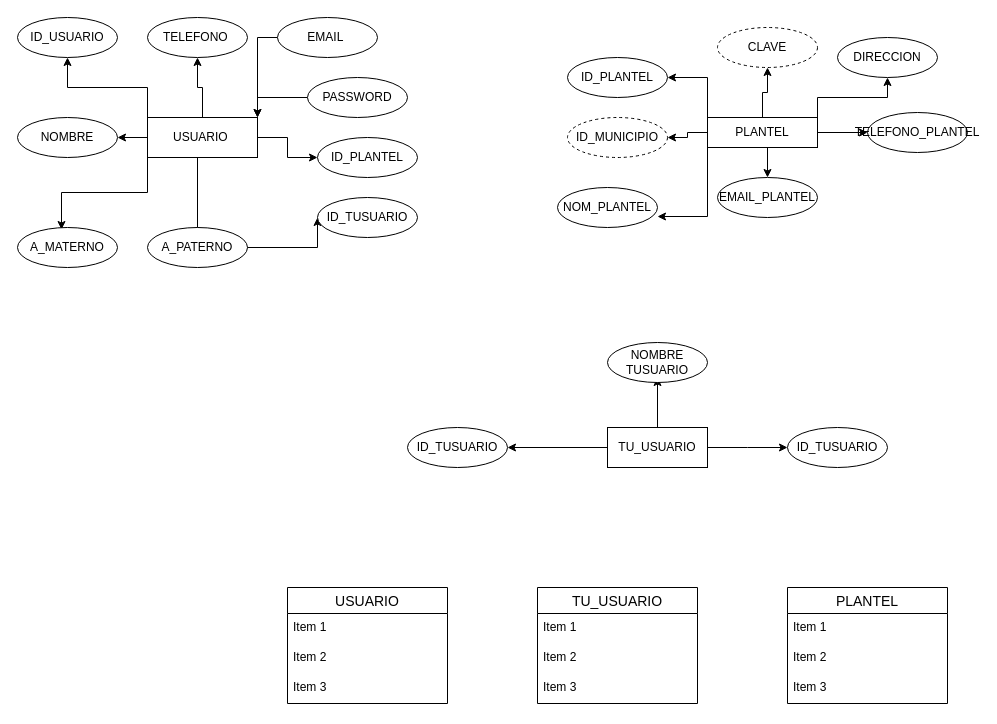
This is Diagrama sin título.drawio from pedroromeroDG/construction_BD, a draw.io file, before an edit. Source tidied: cells renumbered, new cells numbered last; positions are measured from the earlier drawing's top-left corner, leaving out a move shared by most shapes. Both pictures are drawn from the tidied source at 100%, with x=0, y=0 at pixel (17, 17).
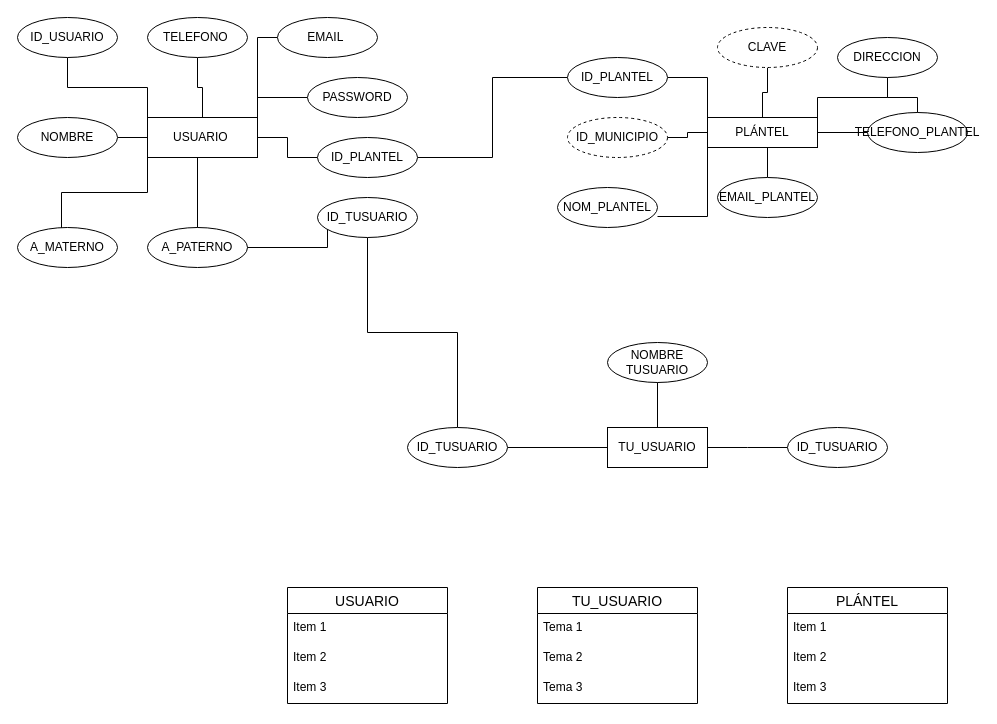
The same diagram, later.

The change refers to these unchanged cells:
```xml
<mxCell id="8" value="USUARIO&amp;nbsp;" style="whiteSpace=wrap;html=1;align=center;" parent="1" vertex="1">
  <mxGeometry x="130" y="100" width="110" height="40" as="geometry" />
</mxCell>
<mxCell id="10" value="PASSWORD" style="ellipse;whiteSpace=wrap;html=1;align=center;" parent="1" vertex="1">
  <mxGeometry x="290" y="60" width="100" height="40" as="geometry" />
</mxCell>
<mxCell id="11" value="A_MATERNO" style="ellipse;whiteSpace=wrap;html=1;align=center;" parent="1" vertex="1">
  <mxGeometry y="210" width="100" height="40" as="geometry" />
</mxCell>
<mxCell id="12" value="ID_PLANTEL" style="ellipse;whiteSpace=wrap;html=1;align=center;" parent="1" vertex="1">
  <mxGeometry x="300" y="120" width="100" height="40" as="geometry" />
</mxCell>
<mxCell id="13" value="ID_USUARIO" style="ellipse;whiteSpace=wrap;html=1;align=center;" parent="1" vertex="1">
  <mxGeometry width="100" height="40" as="geometry" />
</mxCell>
<mxCell id="14" value="TELEFONO&amp;nbsp;" style="ellipse;whiteSpace=wrap;html=1;align=center;" parent="1" vertex="1">
  <mxGeometry x="130" width="100" height="40" as="geometry" />
</mxCell>
<mxCell id="16" value="ID_TUSUARIO" style="ellipse;whiteSpace=wrap;html=1;align=center;" parent="1" vertex="1">
  <mxGeometry x="300" y="180" width="100" height="40" as="geometry" />
</mxCell>
<mxCell id="18" value="EMAIL&amp;nbsp;" style="ellipse;whiteSpace=wrap;html=1;align=center;" parent="1" vertex="1">
  <mxGeometry x="260" width="100" height="40" as="geometry" />
</mxCell>
<mxCell id="19" value="NOMBRE" style="ellipse;whiteSpace=wrap;html=1;align=center;" parent="1" vertex="1">
  <mxGeometry y="100" width="100" height="40" as="geometry" />
</mxCell>
<mxCell id="28" value="EMAIL_PLANTEL" style="ellipse;whiteSpace=wrap;html=1;align=center;" parent="1" vertex="1">
  <mxGeometry x="700" y="160" width="100" height="40" as="geometry" />
</mxCell>
<mxCell id="29" value="NOM_PLANTEL" style="ellipse;whiteSpace=wrap;html=1;align=center;" parent="1" vertex="1">
  <mxGeometry x="540" y="170" width="100" height="40" as="geometry" />
</mxCell>
<mxCell id="30" value="ID_PLANTEL" style="ellipse;whiteSpace=wrap;html=1;align=center;" parent="1" vertex="1">
  <mxGeometry x="550" y="40" width="100" height="40" as="geometry" />
</mxCell>
<mxCell id="31" value="ID_MUNICIPIO" style="ellipse;whiteSpace=wrap;html=1;align=center;dashed=1;" parent="1" vertex="1">
  <mxGeometry x="550" y="100" width="100" height="40" as="geometry" />
</mxCell>
<mxCell id="32" value="TELEFONO_PLANTEL" style="ellipse;whiteSpace=wrap;html=1;align=center;" parent="1" vertex="1">
  <mxGeometry x="850" y="95" width="100" height="40" as="geometry" />
</mxCell>
<mxCell id="33" value="DIRECCION" style="ellipse;whiteSpace=wrap;html=1;align=center;" parent="1" vertex="1">
  <mxGeometry x="820" y="20" width="100" height="40" as="geometry" />
</mxCell>
<mxCell id="34" value="CLAVE" style="ellipse;whiteSpace=wrap;html=1;align=center;dashed=1;" parent="1" vertex="1">
  <mxGeometry x="700" y="10" width="100" height="40" as="geometry" />
</mxCell>
<mxCell id="38" value="TU_USUARIO" style="whiteSpace=wrap;html=1;align=center;" parent="1" vertex="1">
  <mxGeometry x="590" y="410" width="100" height="40" as="geometry" />
</mxCell>
<mxCell id="41" value="ID_TUSUARIO" style="ellipse;whiteSpace=wrap;html=1;align=center;" parent="1" vertex="1">
  <mxGeometry x="390" y="410" width="100" height="40" as="geometry" />
</mxCell>
<mxCell id="46" value="TU_USUARIO" style="swimlane;fontStyle=0;horizontal=1;startSize=26;align=center;fontSize=14;" parent="1" vertex="1">
  <mxGeometry x="520" y="570" width="160" height="116" as="geometry" />
</mxCell>
```

The edit, as a diff of the source:
```diff
@@
-    <mxCell id="2" style="edgeStyle=orthogonalEdgeStyle;rounded=0;jettySize=auto;html=1;exitX=0.5;exitY=1;exitDx=0;exitDy=0;entryX=0;entryY=0.5;entryDx=0;entryDy=0;" parent="1" edge="1" source="8" target="16">
+    <mxCell id="2" style="edgeStyle=orthogonalEdgeStyle;rounded=0;jettySize=auto;html=1;exitX=0.5;exitY=1;exitDx=0;exitDy=0;entryX=0;entryY=0.5;entryDx=0;entryDy=0;endArrow=none;endFill=0;" parent="1" edge="1" source="8" target="16">
       <mxGeometry relative="1" as="geometry">
         <Array as="points">
           <mxPoint x="180" y="140" />
           <mxPoint x="180" y="230" />
-          <mxPoint x="300" y="230" />
+          <mxPoint x="310" y="230" />
+          <mxPoint x="310" y="200" />
         </Array>
       </mxGeometry>
     </mxCell>
-    <mxCell id="3" style="edgeStyle=orthogonalEdgeStyle;rounded=0;jettySize=auto;html=1;exitX=0;exitY=1;exitDx=0;exitDy=0;entryX=0.44;entryY=0.05;entryDx=0;entryDy=0;entryPerimeter=0;" parent="1" edge="1" source="8" target="11">
+    <mxCell id="3" style="edgeStyle=orthogonalEdgeStyle;rounded=0;jettySize=auto;html=1;exitX=0;exitY=1;exitDx=0;exitDy=0;entryX=0.44;entryY=0.05;entryDx=0;entryDy=0;entryPerimeter=0;endArrow=none;endFill=0;" parent="1" edge="1" source="8" target="11">
       <mxGeometry relative="1" as="geometry" />
     </mxCell>
-    <mxCell id="4" style="edgeStyle=orthogonalEdgeStyle;rounded=0;jettySize=auto;html=1;entryX=1;entryY=0.5;entryDx=0;entryDy=0;" parent="1" edge="1" source="8" target="19">
+    <mxCell id="4" style="edgeStyle=orthogonalEdgeStyle;rounded=0;jettySize=auto;html=1;entryX=1;entryY=0.5;entryDx=0;entryDy=0;endArrow=none;endFill=0;" parent="1" edge="1" source="8" target="19">
       <mxGeometry relative="1" as="geometry" />
     </mxCell>
-    <mxCell id="5" style="edgeStyle=orthogonalEdgeStyle;rounded=0;jettySize=auto;html=1;exitX=0.5;exitY=0;exitDx=0;exitDy=0;entryX=0.5;entryY=1;entryDx=0;entryDy=0;" parent="1" edge="1" source="8" target="14">
+    <mxCell id="5" style="edgeStyle=orthogonalEdgeStyle;rounded=0;jettySize=auto;html=1;exitX=0.5;exitY=0;exitDx=0;exitDy=0;entryX=0.5;entryY=1;entryDx=0;entryDy=0;endArrow=none;endFill=0;" parent="1" edge="1" source="8" target="14">
       <mxGeometry relative="1" as="geometry" />
     </mxCell>
-    <mxCell id="6" style="edgeStyle=orthogonalEdgeStyle;rounded=0;jettySize=auto;html=1;exitX=0;exitY=0;exitDx=0;exitDy=0;entryX=0.5;entryY=1;entryDx=0;entryDy=0;" parent="1" edge="1" source="8" target="13">
+    <mxCell id="6" style="edgeStyle=orthogonalEdgeStyle;rounded=0;jettySize=auto;html=1;exitX=0;exitY=0;exitDx=0;exitDy=0;entryX=0.5;entryY=1;entryDx=0;entryDy=0;endArrow=none;endFill=0;" parent="1" edge="1" source="8" target="13">
       <mxGeometry relative="1" as="geometry" />
     </mxCell>
-    <mxCell id="7" style="edgeStyle=orthogonalEdgeStyle;rounded=0;jettySize=auto;html=1;" parent="1" edge="1" source="8" target="12">
+    <mxCell id="7" style="edgeStyle=orthogonalEdgeStyle;rounded=0;jettySize=auto;html=1;endArrow=none;endFill=0;" parent="1" edge="1" source="8" target="12">
       <mxGeometry relative="1" as="geometry" />
     </mxCell>
@@
-    <mxCell id="9" style="edgeStyle=orthogonalEdgeStyle;rounded=0;jettySize=auto;html=1;exitX=0;exitY=0.5;exitDx=0;exitDy=0;entryX=1;entryY=0;entryDx=0;entryDy=0;" parent="1" edge="1" source="10" target="8">
+    <mxCell id="9" style="edgeStyle=orthogonalEdgeStyle;rounded=0;jettySize=auto;html=1;exitX=0;exitY=0.5;exitDx=0;exitDy=0;entryX=1;entryY=0;entryDx=0;entryDy=0;endArrow=none;endFill=0;" parent="1" edge="1" source="10" target="8">
       <mxGeometry relative="1" as="geometry" />
     </mxCell>
@@
+    <mxCell id="54" style="edgeStyle=orthogonalEdgeStyle;rounded=0;jettySize=auto;html=1;exitX=1;exitY=0.5;exitDx=0;exitDy=0;entryX=0;entryY=0.5;entryDx=0;entryDy=0;endArrow=none;endFill=0;" parent="1" edge="1" source="12" target="30">
+      <mxGeometry relative="1" as="geometry" />
+    </mxCell>
@@
+    <mxCell id="55" style="edgeStyle=orthogonalEdgeStyle;rounded=0;jettySize=auto;html=1;entryX=0.5;entryY=0;entryDx=0;entryDy=0;endArrow=none;endFill=0;" parent="1" edge="1" source="16" target="41">
+      <mxGeometry relative="1" as="geometry" />
+    </mxCell>
@@
-    <mxCell id="17" style="edgeStyle=orthogonalEdgeStyle;rounded=0;jettySize=auto;html=1;exitX=0;exitY=0.5;exitDx=0;exitDy=0;entryX=1;entryY=0;entryDx=0;entryDy=0;" parent="1" edge="1" source="18" target="8">
+    <mxCell id="17" style="edgeStyle=orthogonalEdgeStyle;rounded=0;jettySize=auto;html=1;exitX=0;exitY=0.5;exitDx=0;exitDy=0;entryX=1;entryY=0;entryDx=0;entryDy=0;endArrow=none;endFill=0;" parent="1" edge="1" source="18" target="8">
       <mxGeometry relative="1" as="geometry" />
     </mxCell>
@@
-    <mxCell id="20" style="edgeStyle=orthogonalEdgeStyle;rounded=0;jettySize=auto;html=1;exitX=0;exitY=0;exitDx=0;exitDy=0;entryX=1;entryY=0.5;entryDx=0;entryDy=0;" parent="1" edge="1" source="27" target="30">
+    <mxCell id="20" style="edgeStyle=orthogonalEdgeStyle;rounded=0;jettySize=auto;html=1;exitX=0;exitY=0;exitDx=0;exitDy=0;entryX=1;entryY=0.5;entryDx=0;entryDy=0;endArrow=none;endFill=0;" parent="1" edge="1" source="27" target="30">
       <mxGeometry relative="1" as="geometry" />
     </mxCell>
-    <mxCell id="21" style="edgeStyle=orthogonalEdgeStyle;rounded=0;jettySize=auto;html=1;exitX=0;exitY=0.5;exitDx=0;exitDy=0;entryX=1;entryY=0.5;entryDx=0;entryDy=0;" parent="1" edge="1" source="27" target="31">
+    <mxCell id="21" style="edgeStyle=orthogonalEdgeStyle;rounded=0;jettySize=auto;html=1;exitX=0;exitY=0.5;exitDx=0;exitDy=0;entryX=1;entryY=0.5;entryDx=0;entryDy=0;endArrow=none;endFill=0;" parent="1" edge="1" source="27" target="31">
       <mxGeometry relative="1" as="geometry" />
     </mxCell>
-    <mxCell id="22" style="edgeStyle=orthogonalEdgeStyle;rounded=0;jettySize=auto;html=1;exitX=0;exitY=1;exitDx=0;exitDy=0;entryX=1;entryY=0.725;entryDx=0;entryDy=0;entryPerimeter=0;" parent="1" edge="1" source="27" target="29">
+    <mxCell id="22" style="edgeStyle=orthogonalEdgeStyle;rounded=0;jettySize=auto;html=1;exitX=0;exitY=1;exitDx=0;exitDy=0;entryX=1;entryY=0.725;entryDx=0;entryDy=0;entryPerimeter=0;endArrow=none;endFill=0;" parent="1" edge="1" source="27" target="29">
       <mxGeometry relative="1" as="geometry" />
     </mxCell>
-    <mxCell id="23" style="edgeStyle=orthogonalEdgeStyle;rounded=0;jettySize=auto;html=1;exitX=0.5;exitY=1;exitDx=0;exitDy=0;entryX=0.5;entryY=0;entryDx=0;entryDy=0;" parent="1" edge="1" source="27" target="28">
+    <mxCell id="23" style="edgeStyle=orthogonalEdgeStyle;rounded=0;jettySize=auto;html=1;exitX=0.5;exitY=1;exitDx=0;exitDy=0;entryX=0.5;entryY=0;entryDx=0;entryDy=0;endArrow=none;endFill=0;" parent="1" edge="1" source="27" target="28">
       <mxGeometry relative="1" as="geometry" />
     </mxCell>
-    <mxCell id="24" style="edgeStyle=orthogonalEdgeStyle;rounded=0;jettySize=auto;html=1;exitX=1;exitY=0.5;exitDx=0;exitDy=0;" parent="1" edge="1" source="27" target="32">
+    <mxCell id="24" style="edgeStyle=orthogonalEdgeStyle;rounded=0;jettySize=auto;html=1;exitX=1;exitY=0.5;exitDx=0;exitDy=0;endArrow=none;endFill=0;" parent="1" edge="1" source="27" target="32">
       <mxGeometry relative="1" as="geometry" />
     </mxCell>
-    <mxCell id="25" style="edgeStyle=orthogonalEdgeStyle;rounded=0;jettySize=auto;html=1;exitX=1;exitY=0.25;exitDx=0;exitDy=0;" parent="1" edge="1" source="27" target="33">
+    <mxCell id="25" style="edgeStyle=orthogonalEdgeStyle;rounded=0;jettySize=auto;html=1;exitX=1;exitY=0.25;exitDx=0;exitDy=0;endArrow=none;endFill=0;" parent="1" edge="1" source="27" target="33">
       <mxGeometry relative="1" as="geometry">
         <Array as="points">
           <mxPoint x="800" y="80" />
           <mxPoint x="870" y="80" />
         </Array>
       </mxGeometry>
     </mxCell>
-    <mxCell id="26" style="edgeStyle=orthogonalEdgeStyle;rounded=0;jettySize=auto;html=1;exitX=0.5;exitY=0;exitDx=0;exitDy=0;entryX=0.5;entryY=1;entryDx=0;entryDy=0;" parent="1" edge="1" source="27" target="34">
+    <mxCell id="26" style="edgeStyle=orthogonalEdgeStyle;rounded=0;jettySize=auto;html=1;exitX=0.5;exitY=0;exitDx=0;exitDy=0;entryX=0.5;entryY=1;entryDx=0;entryDy=0;endArrow=none;endFill=0;" parent="1" edge="1" source="27" target="34">
       <mxGeometry relative="1" as="geometry" />
     </mxCell>
-    <mxCell id="27" value="PLANTEL" style="whiteSpace=wrap;html=1;align=center;" parent="1" vertex="1">
+    <mxCell id="27" value="PLÁNTEL" style="whiteSpace=wrap;html=1;align=center;" parent="1" vertex="1">
       <mxGeometry x="690" y="100" width="110" height="30" as="geometry" />
     </mxCell>
@@
+    <mxCell id="56" style="edgeStyle=orthogonalEdgeStyle;rounded=0;jettySize=auto;html=1;endArrow=none;endFill=0;" parent="1" edge="1" source="33" target="32">
+      <mxGeometry relative="1" as="geometry" />
+    </mxCell>
@@
-    <mxCell id="35" style="edgeStyle=orthogonalEdgeStyle;rounded=0;jettySize=auto;html=1;exitX=0.5;exitY=0;exitDx=0;exitDy=0;" parent="1" edge="1" source="38">
+    <mxCell id="35" style="edgeStyle=orthogonalEdgeStyle;rounded=0;jettySize=auto;html=1;exitX=0.5;exitY=0;exitDx=0;exitDy=0;endArrow=none;endFill=0;" parent="1" edge="1" source="38">
       <mxGeometry relative="1" as="geometry">
         <mxPoint x="640" y="360" as="targetPoint" />
       </mxGeometry>
     </mxCell>
-    <mxCell id="36" style="edgeStyle=orthogonalEdgeStyle;rounded=0;jettySize=auto;html=1;exitX=1;exitY=0.5;exitDx=0;exitDy=0;" parent="1" edge="1" source="38">
+    <mxCell id="36" style="edgeStyle=orthogonalEdgeStyle;rounded=0;jettySize=auto;html=1;exitX=1;exitY=0.5;exitDx=0;exitDy=0;endArrow=none;endFill=0;" parent="1" edge="1" source="38">
       <mxGeometry relative="1" as="geometry">
         <mxPoint x="770" y="430" as="targetPoint" />
       </mxGeometry>
     </mxCell>
-    <mxCell id="37" style="edgeStyle=orthogonalEdgeStyle;rounded=0;jettySize=auto;html=1;exitX=0;exitY=0.5;exitDx=0;exitDy=0;" parent="1" edge="1" source="38">
+    <mxCell id="37" style="edgeStyle=orthogonalEdgeStyle;rounded=0;jettySize=auto;html=1;exitX=0;exitY=0.5;exitDx=0;exitDy=0;endArrow=none;endFill=0;" parent="1" edge="1" source="38">
       <mxGeometry relative="1" as="geometry">
         <mxPoint x="490" y="430" as="targetPoint" />
       </mxGeometry>
     </mxCell>
@@
-    <mxCell id="47" value="Item 1" style="text;strokeColor=none;fillColor=none;spacingLeft=4;spacingRight=4;overflow=hidden;fontSize=12;whiteSpace=wrap;html=1;" parent="46" vertex="1">
+    <mxCell id="47" value="Tema 1" style="text;strokeColor=none;fillColor=none;spacingLeft=4;spacingRight=4;overflow=hidden;fontSize=12;whiteSpace=wrap;html=1;" parent="46" vertex="1">
       <mxGeometry y="26" width="160" height="30" as="geometry" />
     </mxCell>
-    <mxCell id="48" value="Item 2" style="text;strokeColor=none;fillColor=none;spacingLeft=4;spacingRight=4;overflow=hidden;fontSize=12;whiteSpace=wrap;html=1;" parent="46" vertex="1">
+    <mxCell id="48" value="Tema 2" style="text;strokeColor=none;fillColor=none;spacingLeft=4;spacingRight=4;overflow=hidden;fontSize=12;whiteSpace=wrap;html=1;" parent="46" vertex="1">
       <mxGeometry y="56" width="160" height="30" as="geometry" />
     </mxCell>
-    <mxCell id="49" value="Item 3" style="text;strokeColor=none;fillColor=none;spacingLeft=4;spacingRight=4;overflow=hidden;fontSize=12;whiteSpace=wrap;html=1;" parent="46" vertex="1">
+    <mxCell id="49" value="Tema 3" style="text;strokeColor=none;fillColor=none;spacingLeft=4;spacingRight=4;overflow=hidden;fontSize=12;whiteSpace=wrap;html=1;" parent="46" vertex="1">
       <mxGeometry y="86" width="160" height="30" as="geometry" />
     </mxCell>
-    <mxCell id="50" value="PLANTEL" style="swimlane;fontStyle=0;horizontal=1;startSize=26;align=center;fontSize=14;" parent="1" vertex="1">
+    <mxCell id="50" value="PLÁNTEL" style="swimlane;fontStyle=0;horizontal=1;startSize=26;align=center;fontSize=14;" parent="1" vertex="1">
       <mxGeometry x="770" y="570" width="160" height="116" as="geometry" />
     </mxCell>
```
